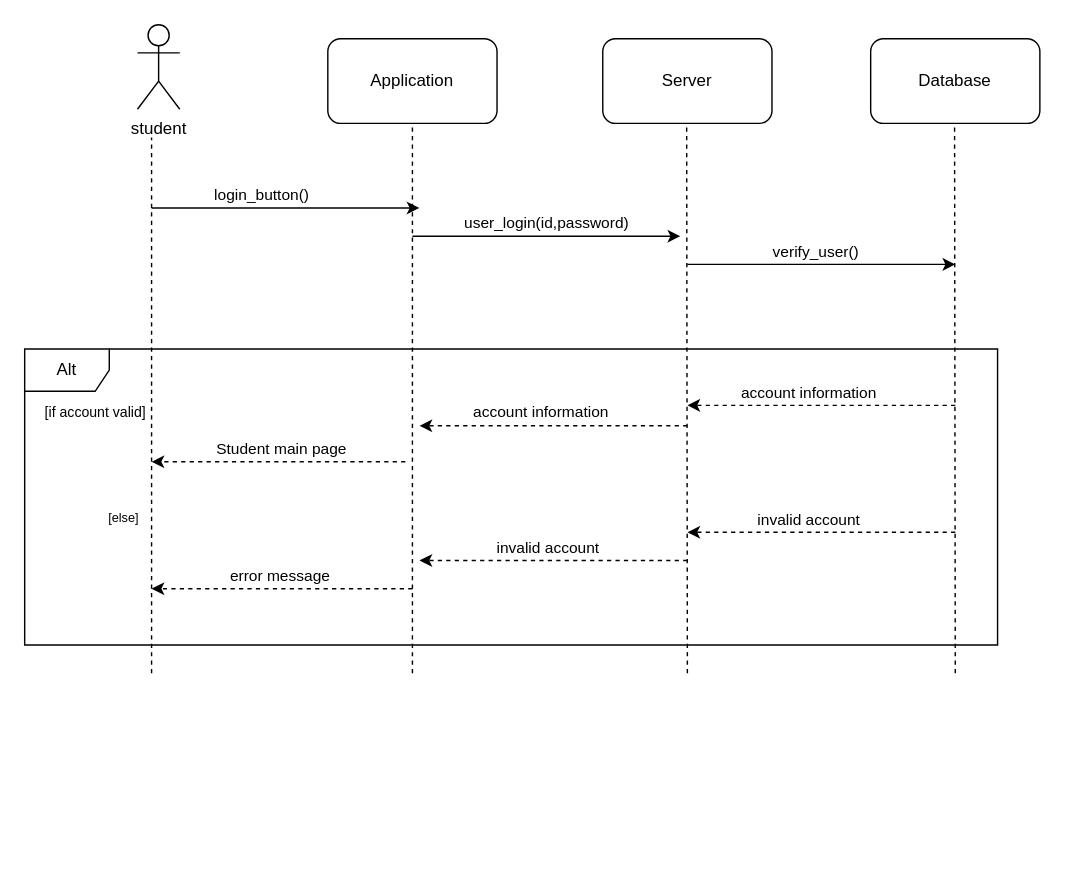
Above: page "Log-in" (2 of 7) of Untitled Diagram.drawio in sarraGhali/Drone-parking-system (draw.io), before the change. Source tidied: cells renumbered, new cells numbered last; positions are measured from the earlier drawing's top-left corner, leaving out a move shared by most shapes. Both pictures are drawn from the tidied source at 141%, with x=0, y=0 at pixel (24, 24).
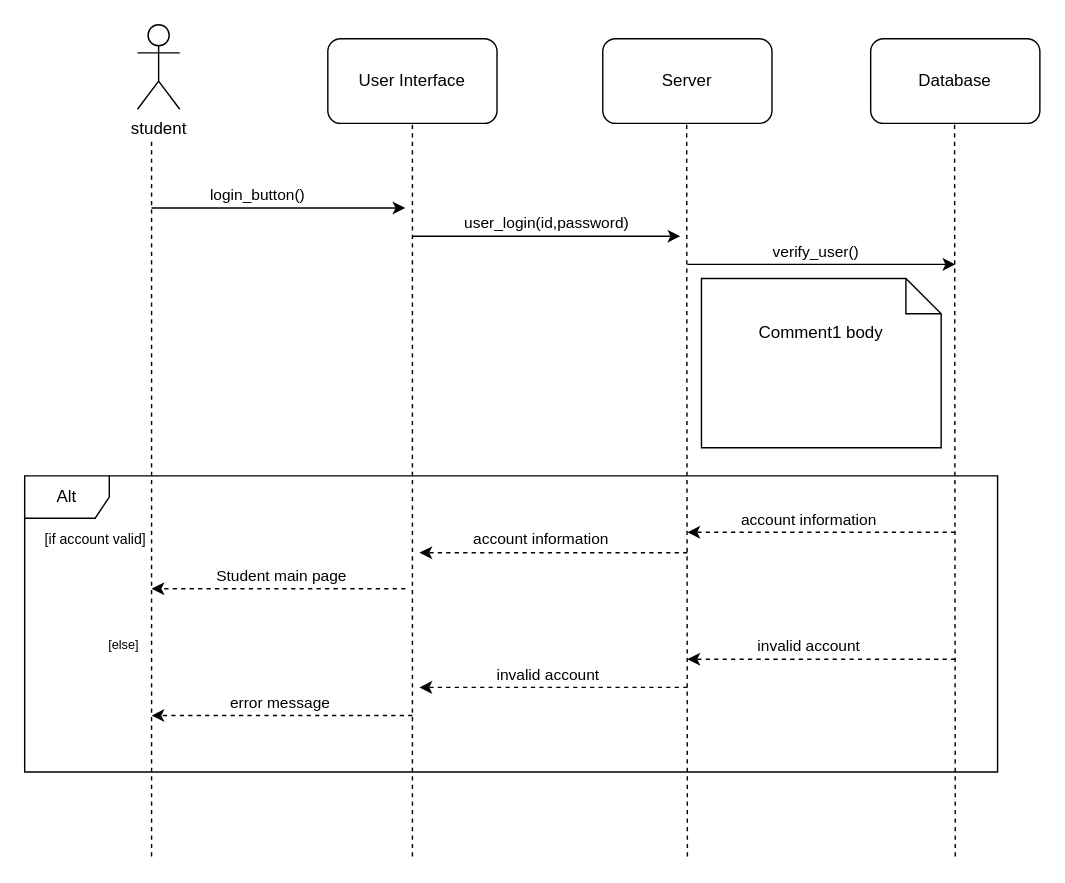
The same page after the edit.

The edit, as a diff of the source:
```diff
@@
-    <mxCell id="2" value="Application" style="rounded=1;whiteSpace=wrap;html=1;" parent="1" vertex="1">
+    <mxCell id="2" value="User Interface" style="rounded=1;whiteSpace=wrap;html=1;" parent="1" vertex="1">
       <mxGeometry x="215" y="10" width="120" height="60" as="geometry" />
     </mxCell>
@@
     <mxCell id="4" style="endArrow=none;dashed=1;html=1;rounded=0;" parent="1" edge="1">
       <mxGeometry relative="1" as="geometry">
-        <mxPoint x="90" y="460" as="sourcePoint" />
+        <mxPoint x="90" y="590" as="sourcePoint" />
         <mxPoint x="90" y="80" as="targetPoint" />
       </mxGeometry>
     </mxCell>
@@
     <mxCell id="6" style="endArrow=none;dashed=1;html=1;rounded=0;" parent="1" edge="1">
       <mxGeometry relative="1" as="geometry">
-        <mxPoint x="275" y="460" as="sourcePoint" />
+        <mxPoint x="275" y="590" as="sourcePoint" />
         <mxPoint x="275" y="70" as="targetPoint" />
       </mxGeometry>
     </mxCell>
     <mxCell id="7" style="endArrow=none;dashed=1;html=1;rounded=0;" parent="1" edge="1">
       <mxGeometry relative="1" as="geometry">
-        <mxPoint x="470" y="460" as="sourcePoint" />
+        <mxPoint x="470" y="590" as="sourcePoint" />
         <mxPoint x="469.5" y="70" as="targetPoint" />
       </mxGeometry>
     </mxCell>
     <mxCell id="8" style="endArrow=classic;html=1;rounded=0;" parent="1" edge="1">
       <mxGeometry relative="1" as="geometry">
         <mxPoint x="90" y="130" as="sourcePoint" />
-        <mxPoint x="280" y="130" as="targetPoint" />
+        <mxPoint x="270" y="130" as="targetPoint" />
       </mxGeometry>
     </mxCell>
@@
     <mxCell id="12" value="Alt" style="shape=umlFrame;whiteSpace=wrap;html=1;fontSize=12;" parent="1" vertex="1">
-      <mxGeometry y="230" width="690" height="210" as="geometry" />
+      <mxGeometry y="320" width="690" height="210" as="geometry" />
     </mxCell>
     <mxCell id="13" value="[if account valid]" style="text;html=1;align=center;verticalAlign=middle;strokeColor=none;fillColor=none;fontSize=10;" parent="1" vertex="1">
-      <mxGeometry y="260" width="100" height="30" as="geometry" />
+      <mxGeometry y="350" width="100" height="30" as="geometry" />
     </mxCell>
     <mxCell id="14" value="[else]" style="text;html=1;align=center;verticalAlign=middle;strokeColor=none;fillColor=none;fontSize=9;" parent="1" vertex="1">
-      <mxGeometry x="50" y="340" width="40" height="20" as="geometry" />
+      <mxGeometry x="50" y="430" width="40" height="20" as="geometry" />
     </mxCell>
     <mxCell id="15" style="endArrow=classic;html=1;rounded=0;fontSize=11;dashed=1;" parent="1" edge="1">
       <mxGeometry relative="1" as="geometry">
-        <mxPoint x="470" y="284.5" as="sourcePoint" />
-        <mxPoint x="280" y="284.5" as="targetPoint" />
+        <mxPoint x="470" y="374.5" as="sourcePoint" />
+        <mxPoint x="280" y="374.5" as="targetPoint" />
       </mxGeometry>
     </mxCell>
@@
     <mxCell id="17" style="endArrow=classic;html=1;rounded=0;fontSize=11;dashed=1;" parent="1" edge="1">
       <mxGeometry relative="1" as="geometry">
-        <mxPoint x="270" y="310" as="sourcePoint" />
-        <mxPoint x="90" y="310" as="targetPoint" />
+        <mxPoint x="270" y="400" as="sourcePoint" />
+        <mxPoint x="90" y="400" as="targetPoint" />
       </mxGeometry>
     </mxCell>
@@
     <mxCell id="19" style="endArrow=classic;html=1;rounded=0;fontSize=11;dashed=1;" parent="1" edge="1">
       <mxGeometry relative="1" as="geometry">
-        <mxPoint x="470" y="380" as="sourcePoint" />
-        <mxPoint x="280" y="380" as="targetPoint" />
+        <mxPoint x="470" y="470" as="sourcePoint" />
+        <mxPoint x="280" y="470" as="targetPoint" />
       </mxGeometry>
     </mxCell>
@@
     <mxCell id="21" style="endArrow=classic;html=1;rounded=0;fontSize=11;dashed=1;" parent="1" edge="1">
       <mxGeometry relative="1" as="geometry">
-        <mxPoint x="275" y="400" as="sourcePoint" />
-        <mxPoint x="90" y="400" as="targetPoint" />
+        <mxPoint x="275" y="490" as="sourcePoint" />
+        <mxPoint x="90" y="490" as="targetPoint" />
       </mxGeometry>
     </mxCell>
@@
     <mxCell id="24" style="endArrow=none;dashed=1;html=1;rounded=0;" parent="1" edge="1">
       <mxGeometry relative="1" as="geometry">
-        <mxPoint x="660" y="460" as="sourcePoint" />
+        <mxPoint x="660" y="590" as="sourcePoint" />
         <mxPoint x="659.5" y="70" as="targetPoint" />
       </mxGeometry>
     </mxCell>
@@
     <mxCell id="27" style="endArrow=classic;html=1;rounded=0;fontSize=11;dashed=1;" parent="1" edge="1">
       <mxGeometry relative="1" as="geometry">
-        <mxPoint x="660" y="270" as="sourcePoint" />
-        <mxPoint x="470" y="270" as="targetPoint" />
+        <mxPoint x="660" y="360" as="sourcePoint" />
+        <mxPoint x="470" y="360" as="targetPoint" />
       </mxGeometry>
     </mxCell>
@@
     <mxCell id="29" style="endArrow=classic;html=1;rounded=0;fontSize=11;dashed=1;" parent="1" edge="1">
       <mxGeometry relative="1" as="geometry">
-        <mxPoint x="660" y="360" as="sourcePoint" />
-        <mxPoint x="470" y="360" as="targetPoint" />
+        <mxPoint x="660" y="450" as="sourcePoint" />
+        <mxPoint x="470" y="450" as="targetPoint" />
       </mxGeometry>
     </mxCell>
@@
+    <mxCell id="31" value="Comment1 body" style="shape=note2;boundedLbl=1;whiteSpace=wrap;html=1;size=25;verticalAlign=top;align=center;" parent="1" vertex="1">
+      <mxGeometry x="480" y="180" width="170" height="120" as="geometry" />
+    </mxCell>
```
